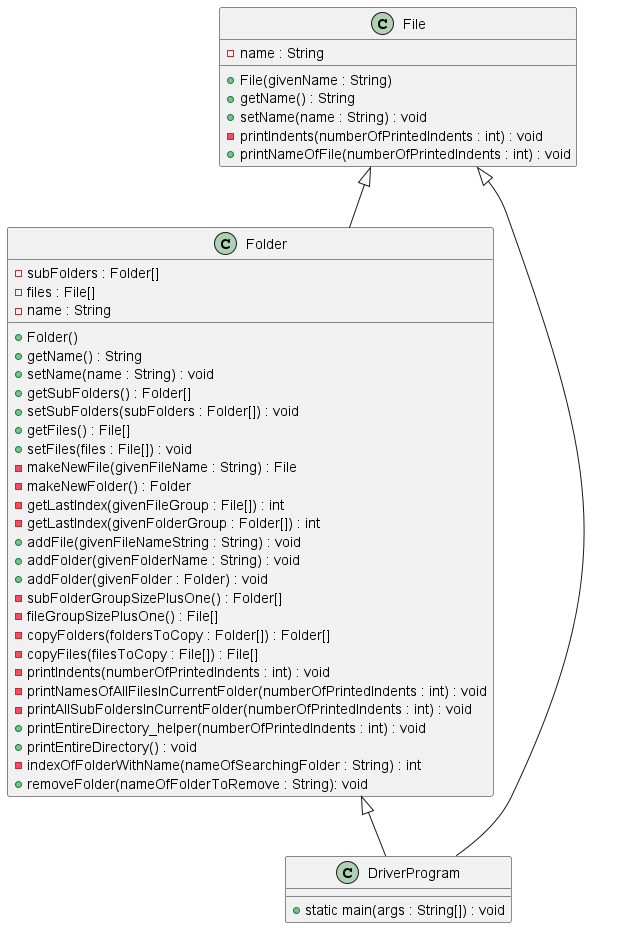
Before: CS4800/UML_Diagrams/ClassDiagrams/Composition.png, a diagram exported from PlantUML (LoloMarty/2024-). The source it was exported from:
```plantuml
@startuml

class Folder
{
    - subFolders : Folder[]
    - files : File[]
    - name : String

    + Folder()
    + getName() : String
    + setName(name : String) : void
    + getSubFolders() : Folder[]
    + setSubFolders(subFolders : Folder[]) : void
    + getFiles() : File[]
    + setFiles(files : File[]) : void
    - makeNewFile(givenFileName : String) : File
    - makeNewFolder() : Folder
    - getLastIndex(givenFileGroup : File[]) : int
    - getLastIndex(givenFolderGroup : Folder[]) : int
    + addFile(givenFileNameString : String) : void
    + addFolder(givenFolderName : String) : void
    + addFolder(givenFolder : Folder) : void
    - subFolderGroupSizePlusOne() : Folder[]
    - fileGroupSizePlusOne() : File[]
    - copyFolders(foldersToCopy : Folder[]) : Folder[]
    - copyFiles(filesToCopy : File[]) : File[]
    - printIndents(numberOfPrintedIndents : int) : void
    - printNamesOfAllFilesInCurrentFolder(numberOfPrintedIndents : int) : void
    - printAllSubFoldersInCurrentFolder(numberOfPrintedIndents : int) : void
    + printEntireDirectory_helper(numberOfPrintedIndents : int) : void
    + printEntireDirectory() : void
    - indexOfFolderWithName(nameOfSearchingFolder : String) : int
    + removeFolder(nameOfFolderToRemove : String): void
}

class File
{
    - name : String

    + File(givenName : String)
    + getName() : String
    + setName(name : String) : void
    - printIndents(numberOfPrintedIndents : int) : void
    + printNameOfFile(numberOfPrintedIndents : int) : void

}

class DriverProgram
{
    + static main(args : String[]) : void
}

File <|-- Folder
File <|-- DriverProgram
Folder <|-- DriverProgram



@enduml
```
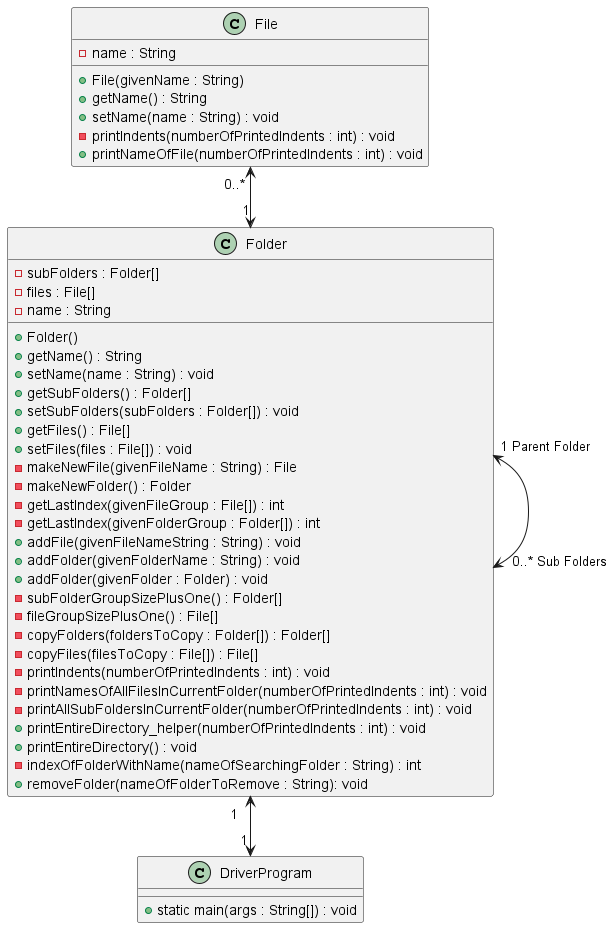
After the change.

What changed in the source:
```diff
@@ -50,9 +50,9 @@
     + static main(args : String[]) : void
 }
 
-File <|-- Folder
-File <|-- DriverProgram
-Folder <|-- DriverProgram
+File " 0..* " <--> "1" Folder
+Folder "1 Parent Folder" <--> "   0..* Sub Folders" Folder
+Folder "1   " <--> "    1" DriverProgram
 
 
 
```
